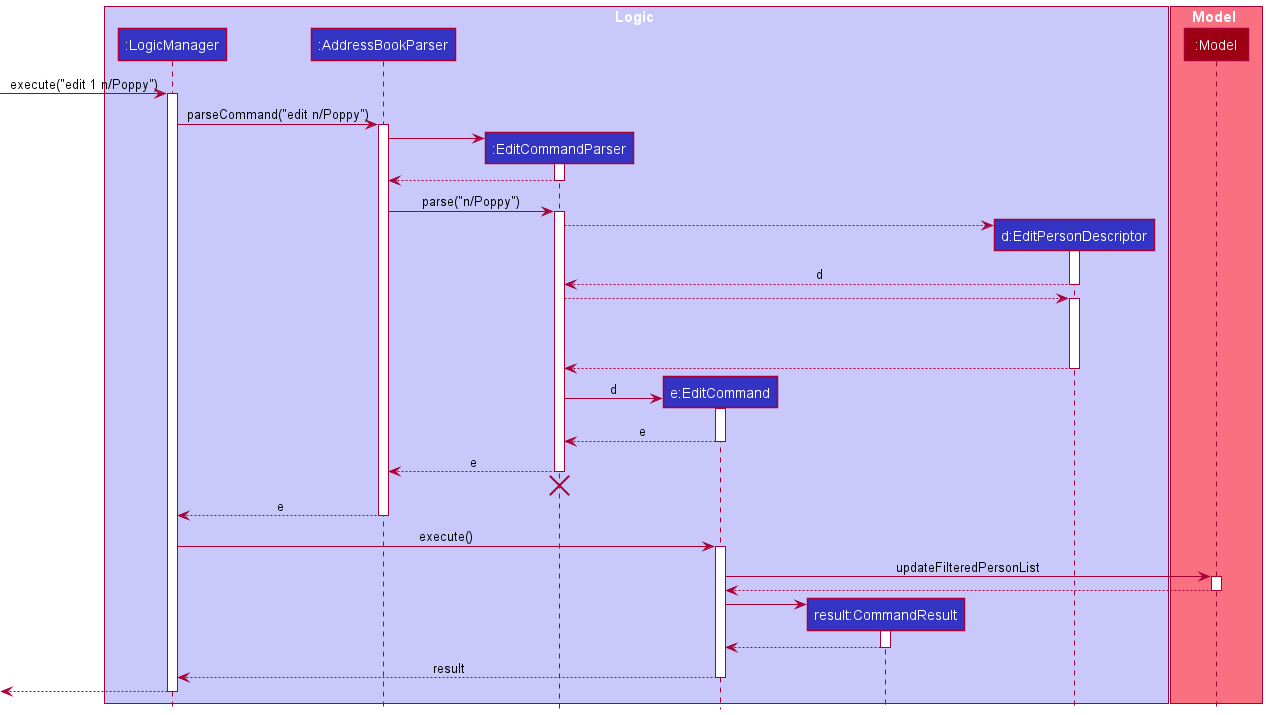
Before: docs/images/EditFeatureSequenceDiagram.png, a diagram exported from PlantUML (nus-cs2103-AY2122S2/tp). Its diagram source:
```plantuml
@startuml
!include style.puml

box Logic LOGIC_COLOR_T1
participant ":LogicManager" as LogicManager LOGIC_COLOR
participant ":AddressBookParser" as AddressBookParser LOGIC_COLOR
participant ":EditCommandParser" as EditCommandParser LOGIC_COLOR
participant "e:EditCommand" as EditCommand LOGIC_COLOR
participant "result:CommandResult" as CommandResult LOGIC_COLOR
participant "d:EditPersonDescriptor" as EditPersonDescriptor LOGIC_COLOR
end box


box Model MODEL_COLOR_T1
participant ":Model" as Model MODEL_COLOR
end box

[-> LogicManager : execute("edit 1 n/Poppy")
activate LogicManager

LogicManager -> AddressBookParser : parseCommand("edit n/Poppy")
activate AddressBookParser

create EditCommandParser
AddressBookParser -> EditCommandParser
activate EditCommandParser

EditCommandParser --> AddressBookParser
deactivate EditCommandParser

AddressBookParser -> EditCommandParser : parse("n/Poppy")
activate EditCommandParser

create EditPersonDescriptor
EditCommandParser --> EditPersonDescriptor
activate EditPersonDescriptor
EditPersonDescriptor --> EditCommandParser : d
deactivate EditPersonDescriptor

EditCommandParser --> EditPersonDescriptor
activate EditPersonDescriptor
EditPersonDescriptor -[hidden]-> EditCommandParser
EditPersonDescriptor -[hidden]-> EditCommandParser
EditPersonDescriptor -[hidden]-> EditCommandParser
EditPersonDescriptor -[hidden]-> EditCommandParser
EditPersonDescriptor --> EditCommandParser
deactivate EditPersonDescriptor

create EditCommand
EditCommandParser -> EditCommand : d
activate EditCommand

EditCommand --> EditCommandParser : e
deactivate EditCommand

EditCommandParser --> AddressBookParser : e
deactivate EditCommandParser
EditCommandParser -[hidden]-> AddressBookParser
destroy EditCommandParser

AddressBookParser --> LogicManager : e
deactivate AddressBookParser

LogicManager -> EditCommand : execute()
activate EditCommand

EditCommand -> Model : updateFilteredPersonList
activate Model

Model --> EditCommand
deactivate Model

create CommandResult
EditCommand -> CommandResult
activate CommandResult

CommandResult --> EditCommand
deactivate CommandResult

EditCommand --> LogicManager : result
deactivate EditCommand

[<--LogicManager
deactivate LogicManager
@enduml
```
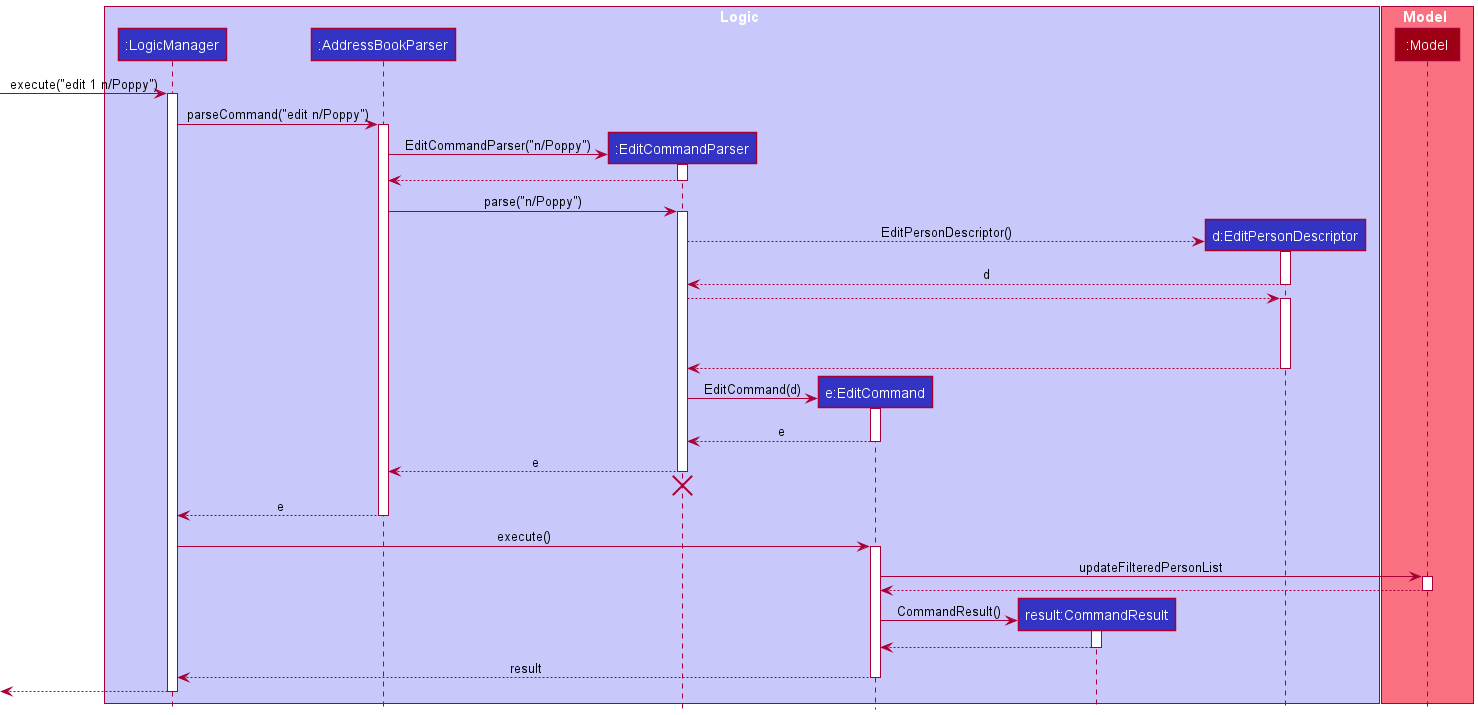
After the commit.

Diff of the diagram source:
```diff
@@ -22,7 +22,7 @@
 activate AddressBookParser
 
 create EditCommandParser
-AddressBookParser -> EditCommandParser
+AddressBookParser -> EditCommandParser : EditCommandParser("n/Poppy")
 activate EditCommandParser
 
 EditCommandParser --> AddressBookParser
@@ -32,7 +32,7 @@
 activate EditCommandParser
 
 create EditPersonDescriptor
-EditCommandParser --> EditPersonDescriptor
+EditCommandParser --> EditPersonDescriptor : EditPersonDescriptor()
 activate EditPersonDescriptor
 EditPersonDescriptor --> EditCommandParser : d
 deactivate EditPersonDescriptor
@@ -47,7 +47,7 @@
 deactivate EditPersonDescriptor
 
 create EditCommand
-EditCommandParser -> EditCommand : d
+EditCommandParser -> EditCommand : EditCommand(d)
 activate EditCommand
 
 EditCommand --> EditCommandParser : e
@@ -71,7 +71,7 @@
 deactivate Model
 
 create CommandResult
-EditCommand -> CommandResult
+EditCommand -> CommandResult : CommandResult()
 activate CommandResult
 
 CommandResult --> EditCommand
```
